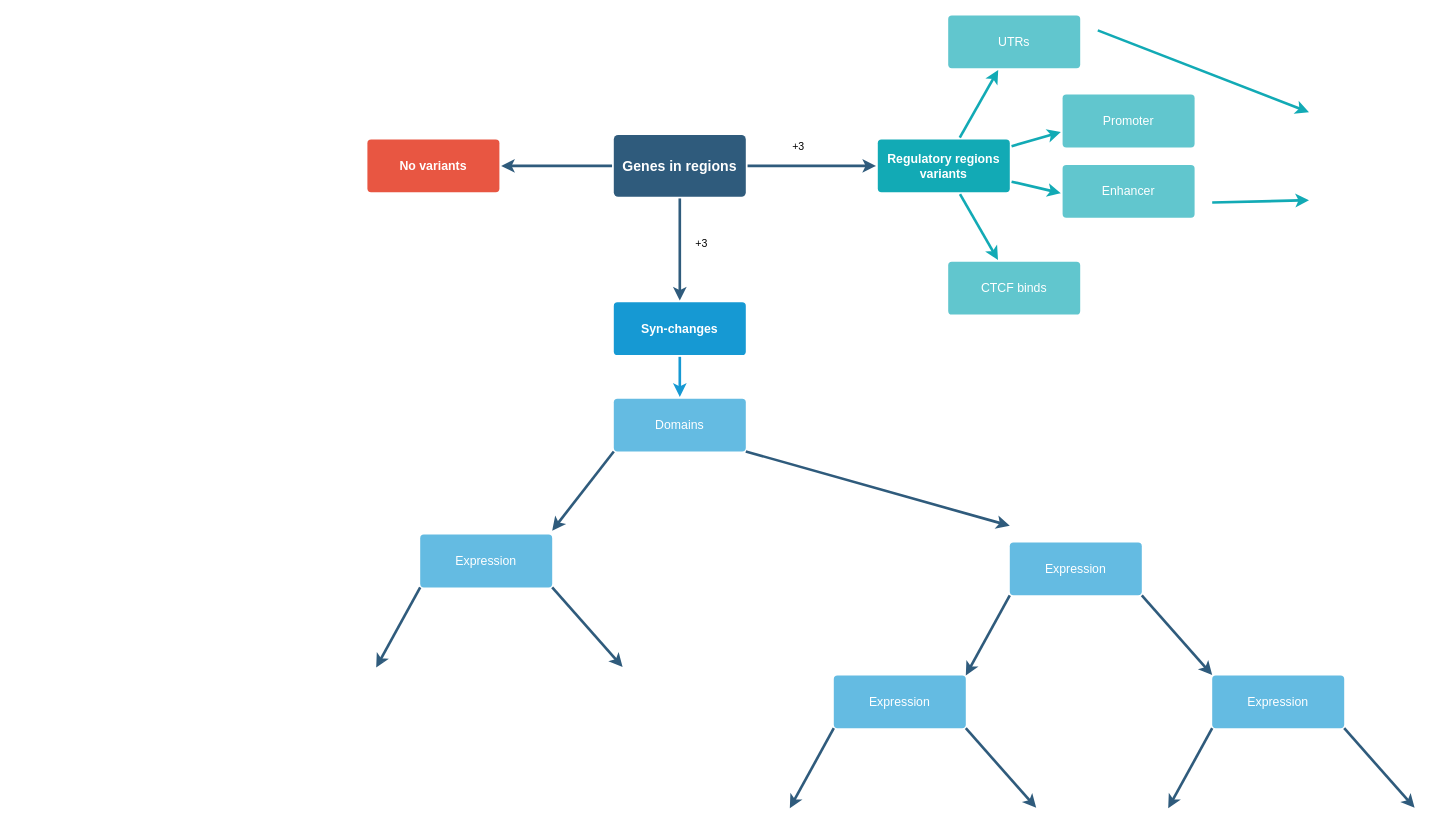
Above: CandidateGenes/Untitled Diagram.drawio in ManuelDelpero/AIL_BFMIS1xBFMIS2 (draw.io), before the change. Source tidied: cells renumbered, new cells numbered last; positions are measured from the earlier drawing's top-left corner, leaving out a move shared by most shapes. Both pictures are drawn from the tidied source at 88%, with x=0, y=0 at pixel (367, 15).
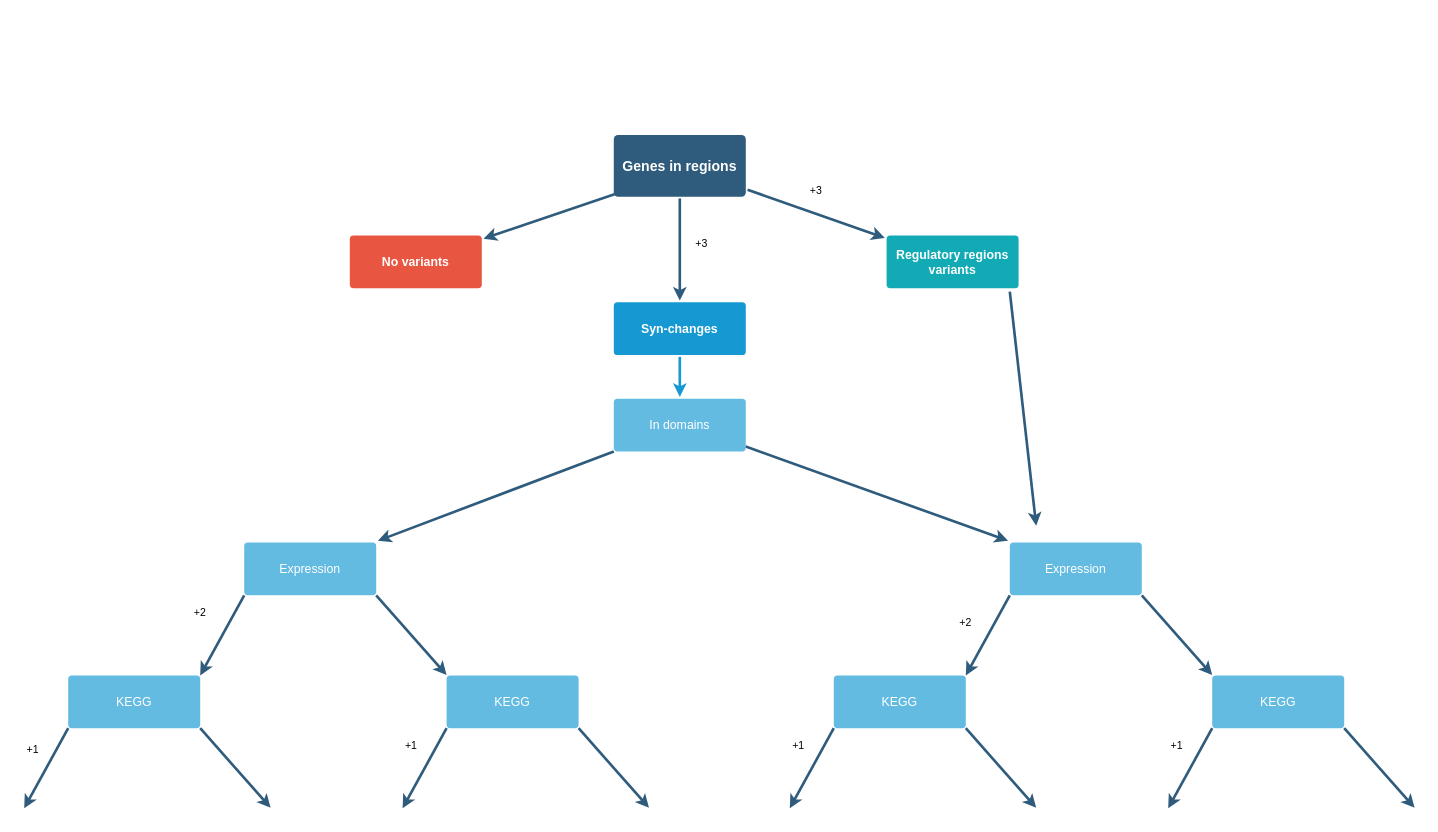
Above is the later version.

Unchanged cells that the change refers to:
```xml
<mxCell id="5" value="Genes in regions" style="rounded=1;whiteSpace=wrap;html=1;shadow=0;labelBackgroundColor=none;strokeColor=none;strokeWidth=3;fillColor=#2F5B7C;fontFamily=Helvetica;fontSize=16;fontColor=#FFFFFF;align=center;fontStyle=1;spacing=5;arcSize=7;perimeterSpacing=2;" parent="1" vertex="1">
  <mxGeometry x="280" y="136" width="150" height="70" as="geometry" />
</mxCell>
<mxCell id="25" value="Expression" style="rounded=1;whiteSpace=wrap;html=1;shadow=0;labelBackgroundColor=none;strokeColor=none;strokeWidth=3;fillColor=#64bbe2;fontFamily=Helvetica;fontSize=14;fontColor=#FFFFFF;align=center;spacing=5;arcSize=7;perimeterSpacing=2;" parent="1" vertex="1">
  <mxGeometry x="730" y="599" width="150" height="60" as="geometry" />
</mxCell>
```

The edit, as a diff of the source:
```diff
@@
-    <mxCell id="4" style="edgeStyle=none;rounded=0;jumpStyle=none;html=1;shadow=0;labelBackgroundColor=none;startArrow=none;startFill=0;endArrow=classic;endFill=1;jettySize=auto;strokeColor=#2F5B7C;strokeWidth=3;fontFamily=Helvetica;fontSize=16;fontColor=#23445D;spacing=5;" parent="1" edge="1" source="5" target="6">
-      <mxGeometry relative="1" as="geometry" />
+    <mxCell id="4" style="edgeStyle=none;rounded=0;jumpStyle=none;html=1;shadow=0;labelBackgroundColor=none;startArrow=none;startFill=0;endArrow=classic;endFill=1;jettySize=auto;strokeColor=#2F5B7C;strokeWidth=3;fontFamily=Helvetica;fontSize=16;fontColor=#23445D;spacing=5;" parent="1" edge="1" target="6">
+      <mxGeometry relative="1" as="geometry">
+        <mxPoint x="290" y="200" as="sourcePoint" />
+      </mxGeometry>
     </mxCell>
@@
     <mxCell id="6" value="No variants" style="rounded=1;whiteSpace=wrap;html=1;shadow=0;labelBackgroundColor=none;strokeColor=none;strokeWidth=3;fillColor=#e85642;fontFamily=Helvetica;fontSize=14;fontColor=#FFFFFF;align=center;spacing=5;fontStyle=1;arcSize=7;perimeterSpacing=2;" parent="1" vertex="1">
-      <mxGeometry y="141" width="150" height="60" as="geometry" />
+      <mxGeometry x="-20" y="250" width="150" height="60" as="geometry" />
     </mxCell>
@@
-    <mxCell id="9" value="Domains" style="rounded=1;whiteSpace=wrap;html=1;shadow=0;labelBackgroundColor=none;strokeColor=none;strokeWidth=3;fillColor=#64bbe2;fontFamily=Helvetica;fontSize=14;fontColor=#FFFFFF;align=center;spacing=5;arcSize=7;perimeterSpacing=2;" parent="1" vertex="1">
+    <mxCell id="9" value="In domains" style="rounded=1;whiteSpace=wrap;html=1;shadow=0;labelBackgroundColor=none;strokeColor=none;strokeWidth=3;fillColor=#64bbe2;fontFamily=Helvetica;fontSize=14;fontColor=#FFFFFF;align=center;spacing=5;arcSize=7;perimeterSpacing=2;" parent="1" vertex="1">
       <mxGeometry x="280" y="435.5" width="150" height="60" as="geometry" />
     </mxCell>
     <mxCell id="10" value="Regulatory regions variants" style="rounded=1;whiteSpace=wrap;html=1;shadow=0;labelBackgroundColor=none;strokeColor=none;strokeWidth=3;fillColor=#12aab5;fontFamily=Helvetica;fontSize=14;fontColor=#FFFFFF;align=center;spacing=5;fontStyle=1;arcSize=7;perimeterSpacing=2;" parent="1" vertex="1">
-      <mxGeometry x="580" y="141" width="150" height="60" as="geometry" />
+      <mxGeometry x="590" y="250" width="150" height="60" as="geometry" />
     </mxCell>
-    <mxCell id="11" value="CTCF binds" style="rounded=1;whiteSpace=wrap;html=1;shadow=0;labelBackgroundColor=none;strokeColor=none;strokeWidth=3;fillColor=#61c6ce;fontFamily=Helvetica;fontSize=14;fontColor=#FFFFFF;align=center;spacing=5;fontStyle=0;arcSize=7;perimeterSpacing=2;" parent="1" vertex="1">
-      <mxGeometry x="660" y="280" width="150" height="60" as="geometry" />
-    </mxCell>
-    <mxCell id="12" style="edgeStyle=none;rounded=1;jumpStyle=none;html=1;shadow=0;labelBackgroundColor=none;startArrow=none;startFill=0;jettySize=auto;strokeColor=#12AAB5;strokeWidth=3;fontFamily=Helvetica;fontSize=14;fontColor=#FFFFFF;spacing=5;fontStyle=1;fillColor=#b0e3e6;" parent="1" edge="1" source="10" target="11">
-      <mxGeometry relative="1" as="geometry" />
-    </mxCell>
-    <mxCell id="13" value="Enhancer" style="rounded=1;whiteSpace=wrap;html=1;shadow=0;labelBackgroundColor=none;strokeColor=none;strokeWidth=3;fillColor=#61c6ce;fontFamily=Helvetica;fontSize=14;fontColor=#FFFFFF;align=center;spacing=5;fontStyle=0;arcSize=7;perimeterSpacing=2;" parent="1" vertex="1">
-      <mxGeometry x="790" y="170" width="150" height="60" as="geometry" />
-    </mxCell>
-    <mxCell id="14" style="edgeStyle=none;rounded=1;jumpStyle=none;html=1;shadow=0;labelBackgroundColor=none;startArrow=none;startFill=0;jettySize=auto;strokeColor=#12AAB5;strokeWidth=3;fontFamily=Helvetica;fontSize=14;fontColor=#FFFFFF;spacing=5;fontStyle=1;fillColor=#b0e3e6;" parent="1" edge="1" source="10">
-      <mxGeometry relative="1" as="geometry">
-        <mxPoint x="788" y="202" as="targetPoint" />
-      </mxGeometry>
-    </mxCell>
-    <mxCell id="15" value="Promoter" style="rounded=1;whiteSpace=wrap;html=1;shadow=0;labelBackgroundColor=none;strokeColor=none;strokeWidth=3;fillColor=#61c6ce;fontFamily=Helvetica;fontSize=14;fontColor=#FFFFFF;align=center;spacing=5;fontStyle=0;arcSize=7;perimeterSpacing=2;" parent="1" vertex="1">
-      <mxGeometry x="790" y="90" width="150" height="60" as="geometry" />
-    </mxCell>
-    <mxCell id="16" style="edgeStyle=none;rounded=1;jumpStyle=none;html=1;shadow=0;labelBackgroundColor=none;startArrow=none;startFill=0;jettySize=auto;strokeColor=#12AAB5;strokeWidth=3;fontFamily=Helvetica;fontSize=14;fontColor=#FFFFFF;spacing=5;fontStyle=1;fillColor=#b0e3e6;" parent="1" edge="1" source="10">
-      <mxGeometry relative="1" as="geometry">
-        <mxPoint x="788" y="132.4" as="targetPoint" />
-      </mxGeometry>
-    </mxCell>
-    <mxCell id="17" value="UTRs" style="rounded=1;whiteSpace=wrap;html=1;shadow=0;labelBackgroundColor=none;strokeColor=none;strokeWidth=3;fillColor=#61c6ce;fontFamily=Helvetica;fontSize=14;fontColor=#FFFFFF;align=center;spacing=5;fontStyle=0;arcSize=7;perimeterSpacing=2;" parent="1" vertex="1">
-      <mxGeometry x="660" width="150" height="60" as="geometry" />
-    </mxCell>
-    <mxCell id="18" style="edgeStyle=none;rounded=1;jumpStyle=none;html=1;shadow=0;labelBackgroundColor=none;startArrow=none;startFill=0;jettySize=auto;strokeColor=#12AAB5;strokeWidth=3;fontFamily=Helvetica;fontSize=14;fontColor=#FFFFFF;spacing=5;fontStyle=1;fillColor=#b0e3e6;" parent="1" edge="1" source="10" target="17">
-      <mxGeometry relative="1" as="geometry" />
-    </mxCell>
-    <mxCell id="19" style="edgeStyle=none;rounded=0;jumpStyle=none;html=1;shadow=0;labelBackgroundColor=none;startArrow=none;startFill=0;endArrow=classic;endFill=1;jettySize=auto;orthogonalLoop=1;strokeColor=#2F5B7C;strokeWidth=3;fontFamily=Helvetica;fontSize=16;fontColor=#23445D;spacing=5;" parent="1" edge="1">
-      <mxGeometry relative="1" as="geometry">
-        <mxPoint x="280" y="495.5" as="sourcePoint" />
-        <mxPoint x="210" y="585.5" as="targetPoint" />
-      </mxGeometry>
-    </mxCell>
     <mxCell id="20" style="edgeStyle=none;rounded=0;jumpStyle=none;html=1;shadow=0;labelBackgroundColor=none;startArrow=none;startFill=0;endArrow=classic;endFill=1;jettySize=auto;orthogonalLoop=1;strokeColor=#2F5B7C;strokeWidth=3;fontFamily=Helvetica;fontSize=16;fontColor=#23445D;spacing=5;" parent="1" edge="1">
       <mxGeometry relative="1" as="geometry">
-        <mxPoint x="430" y="495.5" as="sourcePoint" />
-        <mxPoint x="730" y="580" as="targetPoint" />
+        <mxPoint x="730" y="313.8" as="sourcePoint" />
+        <mxPoint x="760" y="580" as="targetPoint" />
       </mxGeometry>
     </mxCell>
     <mxCell id="21" value="+3" style="text;html=1;strokeColor=none;fillColor=none;align=center;verticalAlign=middle;whiteSpace=wrap;rounded=0;" parent="1" vertex="1">
-      <mxGeometry x="470" y="130" width="40" height="40" as="geometry" />
+      <mxGeometry x="490" y="180" width="40" height="40" as="geometry" />
     </mxCell>
@@
-    <mxCell id="23" style="edgeStyle=none;rounded=1;jumpStyle=none;html=1;shadow=0;labelBackgroundColor=none;startArrow=none;startFill=0;jettySize=auto;orthogonalLoop=1;strokeColor=#12AAB5;strokeWidth=3;fontFamily=Helvetica;fontSize=14;fontColor=#FFFFFF;spacing=5;fontStyle=1;fillColor=#b0e3e6;" parent="1" edge="1">
-      <mxGeometry relative="1" as="geometry">
-        <mxPoint x="830" y="17" as="sourcePoint" />
-        <mxPoint x="1070" y="110" as="targetPoint" />
-      </mxGeometry>
-    </mxCell>
-    <mxCell id="24" style="edgeStyle=none;rounded=1;jumpStyle=none;html=1;shadow=0;labelBackgroundColor=none;startArrow=none;startFill=0;jettySize=auto;orthogonalLoop=1;strokeColor=#12AAB5;strokeWidth=3;fontFamily=Helvetica;fontSize=14;fontColor=#FFFFFF;spacing=5;fontStyle=1;fillColor=#b0e3e6;" parent="1" edge="1">
-      <mxGeometry relative="1" as="geometry">
-        <mxPoint x="960" y="212.6" as="sourcePoint" />
-        <mxPoint x="1070" y="210" as="targetPoint" />
-      </mxGeometry>
-    </mxCell>
@@
     <mxCell id="28" value="Expression" style="rounded=1;whiteSpace=wrap;html=1;shadow=0;labelBackgroundColor=none;strokeColor=none;strokeWidth=3;fillColor=#64bbe2;fontFamily=Helvetica;fontSize=14;fontColor=#FFFFFF;align=center;spacing=5;arcSize=7;perimeterSpacing=2;" parent="1" vertex="1">
-      <mxGeometry x="60" y="590" width="150" height="60" as="geometry" />
+      <mxGeometry x="-140" y="599" width="150" height="60" as="geometry" />
     </mxCell>
     <mxCell id="29" style="edgeStyle=none;rounded=0;jumpStyle=none;html=1;shadow=0;labelBackgroundColor=none;startArrow=none;startFill=0;endArrow=classic;endFill=1;jettySize=auto;orthogonalLoop=1;strokeColor=#2F5B7C;strokeWidth=3;fontFamily=Helvetica;fontSize=16;fontColor=#23445D;spacing=5;" parent="1" edge="1">
       <mxGeometry relative="1" as="geometry">
-        <mxPoint x="210" y="650" as="sourcePoint" />
-        <mxPoint x="290" y="740.5" as="targetPoint" />
+        <mxPoint x="10" y="659" as="sourcePoint" />
+        <mxPoint x="90" y="749.5" as="targetPoint" />
       </mxGeometry>
     </mxCell>
     <mxCell id="30" style="edgeStyle=none;rounded=0;jumpStyle=none;html=1;shadow=0;labelBackgroundColor=none;startArrow=none;startFill=0;endArrow=classic;endFill=1;jettySize=auto;orthogonalLoop=1;strokeColor=#2F5B7C;strokeWidth=3;fontFamily=Helvetica;fontSize=16;fontColor=#23445D;spacing=5;" parent="1" edge="1">
       <mxGeometry relative="1" as="geometry">
-        <mxPoint x="60" y="650" as="sourcePoint" />
-        <mxPoint x="10" y="741" as="targetPoint" />
+        <mxPoint x="-140" y="659" as="sourcePoint" />
+        <mxPoint x="-190" y="750" as="targetPoint" />
       </mxGeometry>
     </mxCell>
-    <mxCell id="31" value="Expression" style="rounded=1;whiteSpace=wrap;html=1;shadow=0;labelBackgroundColor=none;strokeColor=none;strokeWidth=3;fillColor=#64bbe2;fontFamily=Helvetica;fontSize=14;fontColor=#FFFFFF;align=center;spacing=5;arcSize=7;perimeterSpacing=2;" parent="1" vertex="1">
+    <mxCell id="31" value="KEGG" style="rounded=1;whiteSpace=wrap;html=1;shadow=0;labelBackgroundColor=none;strokeColor=none;strokeWidth=3;fillColor=#64bbe2;fontFamily=Helvetica;fontSize=14;fontColor=#FFFFFF;align=center;spacing=5;arcSize=7;perimeterSpacing=2;" parent="1" vertex="1">
       <mxGeometry x="960" y="750" width="150" height="60" as="geometry" />
     </mxCell>
@@
-    <mxCell id="34" value="Expression" style="rounded=1;whiteSpace=wrap;html=1;shadow=0;labelBackgroundColor=none;strokeColor=none;strokeWidth=3;fillColor=#64bbe2;fontFamily=Helvetica;fontSize=14;fontColor=#FFFFFF;align=center;spacing=5;arcSize=7;perimeterSpacing=2;" parent="1" vertex="1">
+    <mxCell id="34" value="KEGG" style="rounded=1;whiteSpace=wrap;html=1;shadow=0;labelBackgroundColor=none;strokeColor=none;strokeWidth=3;fillColor=#64bbe2;fontFamily=Helvetica;fontSize=14;fontColor=#FFFFFF;align=center;spacing=5;arcSize=7;perimeterSpacing=2;" parent="1" vertex="1">
       <mxGeometry x="530" y="750" width="150" height="60" as="geometry" />
     </mxCell>
@@
+    <mxCell id="37" style="edgeStyle=none;rounded=0;jumpStyle=none;html=1;shadow=0;labelBackgroundColor=none;startArrow=none;startFill=0;endArrow=classic;endFill=1;jettySize=auto;strokeColor=#2F5B7C;strokeWidth=3;fontFamily=Helvetica;fontSize=16;fontColor=#23445D;spacing=5;entryX=1;entryY=0;entryDx=0;entryDy=0;" parent="1" edge="1" target="28">
+      <mxGeometry relative="1" as="geometry">
+        <mxPoint x="280" y="495.5" as="sourcePoint" />
+      </mxGeometry>
+    </mxCell>
+    <mxCell id="38" style="edgeStyle=none;rounded=0;jumpStyle=none;html=1;shadow=0;labelBackgroundColor=none;startArrow=none;startFill=0;endArrow=classic;endFill=1;jettySize=auto;strokeColor=#2F5B7C;strokeWidth=3;fontFamily=Helvetica;fontSize=16;fontColor=#23445D;spacing=5;entryX=0;entryY=0;entryDx=0;entryDy=0;" parent="1" edge="1" target="25">
+      <mxGeometry relative="1" as="geometry">
+        <mxPoint x="430" y="490" as="sourcePoint" />
+      </mxGeometry>
+    </mxCell>
+    <mxCell id="39" value="KEGG" style="rounded=1;whiteSpace=wrap;html=1;shadow=0;labelBackgroundColor=none;strokeColor=none;strokeWidth=3;fillColor=#64bbe2;fontFamily=Helvetica;fontSize=14;fontColor=#FFFFFF;align=center;spacing=5;arcSize=7;perimeterSpacing=2;" parent="1" vertex="1">
+      <mxGeometry x="90" y="750" width="150" height="60" as="geometry" />
+    </mxCell>
+    <mxCell id="40" style="edgeStyle=none;rounded=0;jumpStyle=none;html=1;shadow=0;labelBackgroundColor=none;startArrow=none;startFill=0;endArrow=classic;endFill=1;jettySize=auto;orthogonalLoop=1;strokeColor=#2F5B7C;strokeWidth=3;fontFamily=Helvetica;fontSize=16;fontColor=#23445D;spacing=5;" parent="1" edge="1">
+      <mxGeometry relative="1" as="geometry">
+        <mxPoint x="240" y="810" as="sourcePoint" />
+        <mxPoint x="320" y="900.5" as="targetPoint" />
+      </mxGeometry>
+    </mxCell>
+    <mxCell id="41" style="edgeStyle=none;rounded=0;jumpStyle=none;html=1;shadow=0;labelBackgroundColor=none;startArrow=none;startFill=0;endArrow=classic;endFill=1;jettySize=auto;orthogonalLoop=1;strokeColor=#2F5B7C;strokeWidth=3;fontFamily=Helvetica;fontSize=16;fontColor=#23445D;spacing=5;" parent="1" edge="1">
+      <mxGeometry relative="1" as="geometry">
+        <mxPoint x="90" y="810" as="sourcePoint" />
+        <mxPoint x="40" y="901" as="targetPoint" />
+      </mxGeometry>
+    </mxCell>
+    <mxCell id="42" value="KEGG" style="rounded=1;whiteSpace=wrap;html=1;shadow=0;labelBackgroundColor=none;strokeColor=none;strokeWidth=3;fillColor=#64bbe2;fontFamily=Helvetica;fontSize=14;fontColor=#FFFFFF;align=center;spacing=5;arcSize=7;perimeterSpacing=2;" parent="1" vertex="1">
+      <mxGeometry x="-340" y="750" width="150" height="60" as="geometry" />
+    </mxCell>
+    <mxCell id="43" style="edgeStyle=none;rounded=0;jumpStyle=none;html=1;shadow=0;labelBackgroundColor=none;startArrow=none;startFill=0;endArrow=classic;endFill=1;jettySize=auto;orthogonalLoop=1;strokeColor=#2F5B7C;strokeWidth=3;fontFamily=Helvetica;fontSize=16;fontColor=#23445D;spacing=5;" parent="1" edge="1">
+      <mxGeometry relative="1" as="geometry">
+        <mxPoint x="-190" y="810" as="sourcePoint" />
+        <mxPoint x="-110" y="900.5" as="targetPoint" />
+      </mxGeometry>
+    </mxCell>
+    <mxCell id="44" style="edgeStyle=none;rounded=0;jumpStyle=none;html=1;shadow=0;labelBackgroundColor=none;startArrow=none;startFill=0;endArrow=classic;endFill=1;jettySize=auto;orthogonalLoop=1;strokeColor=#2F5B7C;strokeWidth=3;fontFamily=Helvetica;fontSize=16;fontColor=#23445D;spacing=5;" parent="1" edge="1">
+      <mxGeometry relative="1" as="geometry">
+        <mxPoint x="-340" y="810" as="sourcePoint" />
+        <mxPoint x="-390" y="901" as="targetPoint" />
+      </mxGeometry>
+    </mxCell>
+    <mxCell id="45" value="+2" style="text;html=1;strokeColor=none;fillColor=none;align=center;verticalAlign=middle;whiteSpace=wrap;rounded=0;" parent="1" vertex="1">
+      <mxGeometry x="660" y="670" width="40" height="40" as="geometry" />
+    </mxCell>
+    <mxCell id="46" value="+2" style="text;html=1;strokeColor=none;fillColor=none;align=center;verticalAlign=middle;whiteSpace=wrap;rounded=0;" parent="1" vertex="1">
+      <mxGeometry x="-210" y="659" width="40" height="40" as="geometry" />
+    </mxCell>
+    <mxCell id="47" value="+1" style="text;html=1;strokeColor=none;fillColor=none;align=center;verticalAlign=middle;whiteSpace=wrap;rounded=0;" parent="1" vertex="1">
+      <mxGeometry x="-400" y="815" width="40" height="40" as="geometry" />
+    </mxCell>
+    <mxCell id="48" value="+1" style="text;html=1;strokeColor=none;fillColor=none;align=center;verticalAlign=middle;whiteSpace=wrap;rounded=0;" parent="1" vertex="1">
+      <mxGeometry x="30" y="810" width="40" height="40" as="geometry" />
+    </mxCell>
+    <mxCell id="49" value="+1" style="text;html=1;strokeColor=none;fillColor=none;align=center;verticalAlign=middle;whiteSpace=wrap;rounded=0;" parent="1" vertex="1">
+      <mxGeometry x="470" y="810" width="40" height="40" as="geometry" />
+    </mxCell>
+    <mxCell id="50" value="+1" style="text;html=1;strokeColor=none;fillColor=none;align=center;verticalAlign=middle;whiteSpace=wrap;rounded=0;" parent="1" vertex="1">
+      <mxGeometry x="900" y="810" width="40" height="40" as="geometry" />
+    </mxCell>
```
